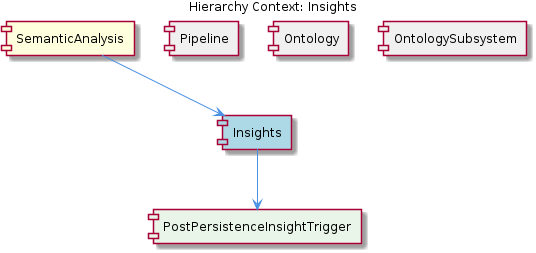
Above: knowledge-management/insights/images/insights-relationship.png in fwornle/coding (PlantUML), before the change. Its source is kept beside it as .data/knowledge-graph/insights/puml/insights-relationship.puml.
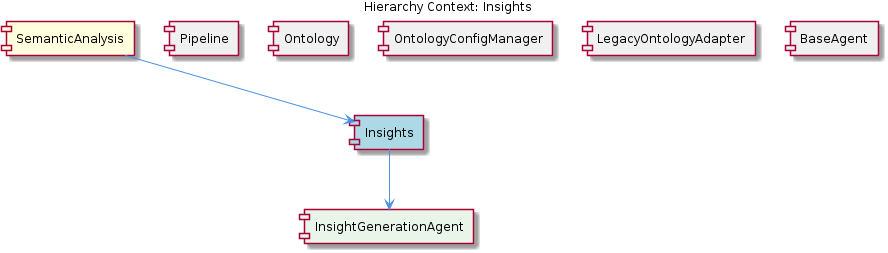
After the change.

Diff of the diagram source:
```diff
@@ -7,13 +7,17 @@
 [Insights] as insights #LightBlue
 [Pipeline] as pipeline #F0F0F0
 [Ontology] as ontology #F0F0F0
-[OntologySubsystem] as ontology_subsystem #F0F0F0
-[PostPersistenceInsightTrigger] as post_persistence_insight_trigger #E8F5E8
+[OntologyConfigManager] as ontology_config_manager #F0F0F0
+[LegacyOntologyAdapter] as legacy_ontology_adapter #F0F0F0
+[BaseAgent] as base_agent #F0F0F0
+[InsightGenerationAgent] as insight_generation_agent #E8F5E8
 
 semantic_analysis --> insights
 pipeline -[hidden]- insights
 ontology -[hidden]- insights
-ontology_subsystem -[hidden]- insights
-insights --> post_persistence_insight_trigger
+ontology_config_manager -[hidden]- insights
+legacy_ontology_adapter -[hidden]- insights
+base_agent -[hidden]- insights
+insights --> insight_generation_agent
 
 @enduml
```
